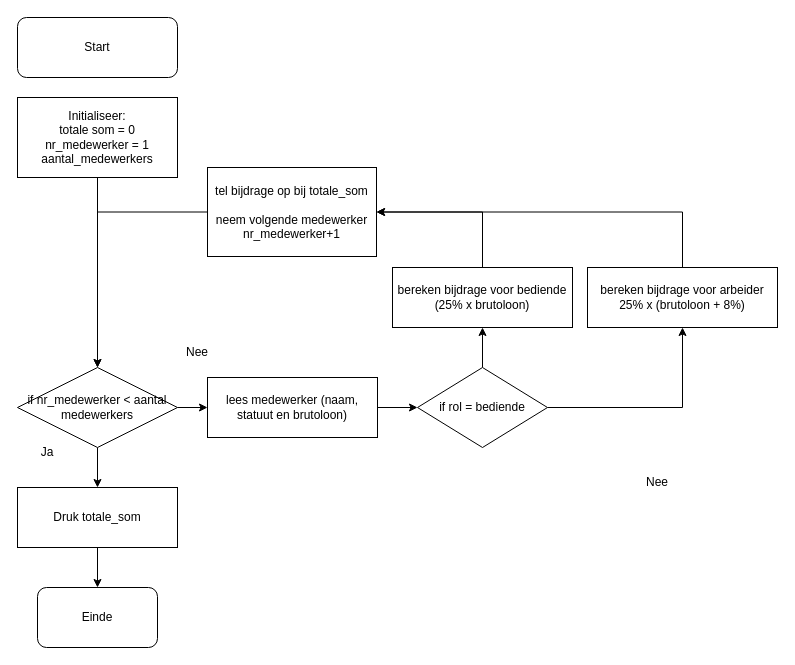
The draw.io diagram ExamenPython_GeertVandezande.drawio in Gvandezande/DrawIO_tekeningen, before the edit. Source tidied: cells renumbered, new cells numbered last; positions are measured from the earlier drawing's top-left corner, leaving out a move shared by most shapes. Both pictures are drawn from the tidied source at 100%, with x=0, y=0 at pixel (17, 17).
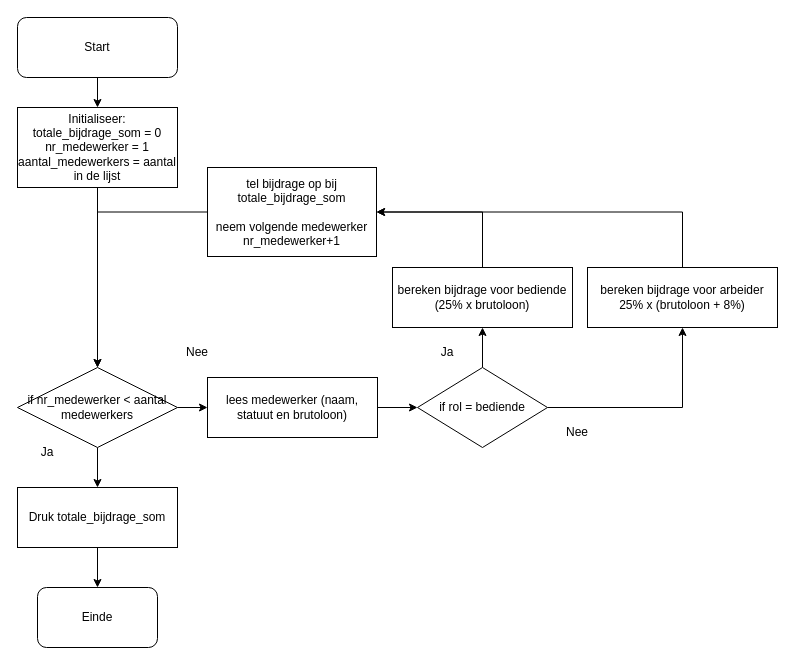
After the change.

Unchanged cells that the change refers to:
```xml
<mxCell id="2" value="Start" style="rounded=1;whiteSpace=wrap;html=1;" parent="1" vertex="1">
  <mxGeometry width="160" height="60" as="geometry" />
</mxCell>
```

Change to the diagram source:
```diff
@@
+    <mxCell id="25" style="edgeStyle=orthogonalEdgeStyle;rounded=0;jettySize=auto;html=1;" parent="1" edge="1" source="2" target="4">
+      <mxGeometry relative="1" as="geometry" />
+    </mxCell>
@@
-    <mxCell id="4" value="&lt;div&gt;Initialiseer:&lt;/div&gt;totale som = 0&lt;div&gt;nr_medewerker = 1&lt;/div&gt;&lt;div&gt;aantal_medewerkers&lt;/div&gt;" style="rounded=0;whiteSpace=wrap;html=1;" parent="1" vertex="1">
-      <mxGeometry y="80" width="160" height="80" as="geometry" />
+    <mxCell id="4" value="&lt;div&gt;Initialiseer:&lt;/div&gt;totale_bijdrage_som = 0&lt;div&gt;nr_medewerker = 1&lt;/div&gt;&lt;div&gt;aantal_medewerkers = aantal in de lijst&lt;/div&gt;" style="rounded=0;whiteSpace=wrap;html=1;" parent="1" vertex="1">
+      <mxGeometry y="90" width="160" height="80" as="geometry" />
     </mxCell>
@@
     <mxCell id="19" value="Nee" style="text;html=1;align=center;verticalAlign=middle;whiteSpace=wrap;rounded=0;" parent="1" vertex="1">
-      <mxGeometry x="610" y="450" width="60" height="30" as="geometry" />
+      <mxGeometry x="530" y="400" width="60" height="30" as="geometry" />
     </mxCell>
@@
-    <mxCell id="21" value="tel bijdrage op bij totale_som&lt;div&gt;&lt;br&gt;&lt;div&gt;neem volgende medewerker&lt;div&gt;nr_medewerker+1&lt;/div&gt;&lt;/div&gt;&lt;/div&gt;" style="rounded=0;whiteSpace=wrap;html=1;" parent="1" vertex="1">
+    <mxCell id="21" value="tel bijdrage op bij totale_bijdrage_som&lt;div&gt;&lt;br&gt;&lt;div&gt;neem volgende medewerker&lt;div&gt;nr_medewerker+1&lt;/div&gt;&lt;/div&gt;&lt;/div&gt;" style="rounded=0;whiteSpace=wrap;html=1;" parent="1" vertex="1">
       <mxGeometry x="190" y="150" width="169" height="89" as="geometry" />
     </mxCell>
@@
-    <mxCell id="23" value="Druk totale_som" style="rounded=0;whiteSpace=wrap;html=1;" parent="1" vertex="1">
+    <mxCell id="23" value="Druk totale_bijdrage_som" style="rounded=0;whiteSpace=wrap;html=1;" parent="1" vertex="1">
       <mxGeometry y="470" width="160" height="60" as="geometry" />
     </mxCell>
@@
+    <mxCell id="26" value="Ja" style="text;html=1;align=center;verticalAlign=middle;whiteSpace=wrap;rounded=0;" parent="1" vertex="1">
+      <mxGeometry x="400" y="320" width="60" height="30" as="geometry" />
+    </mxCell>
```
